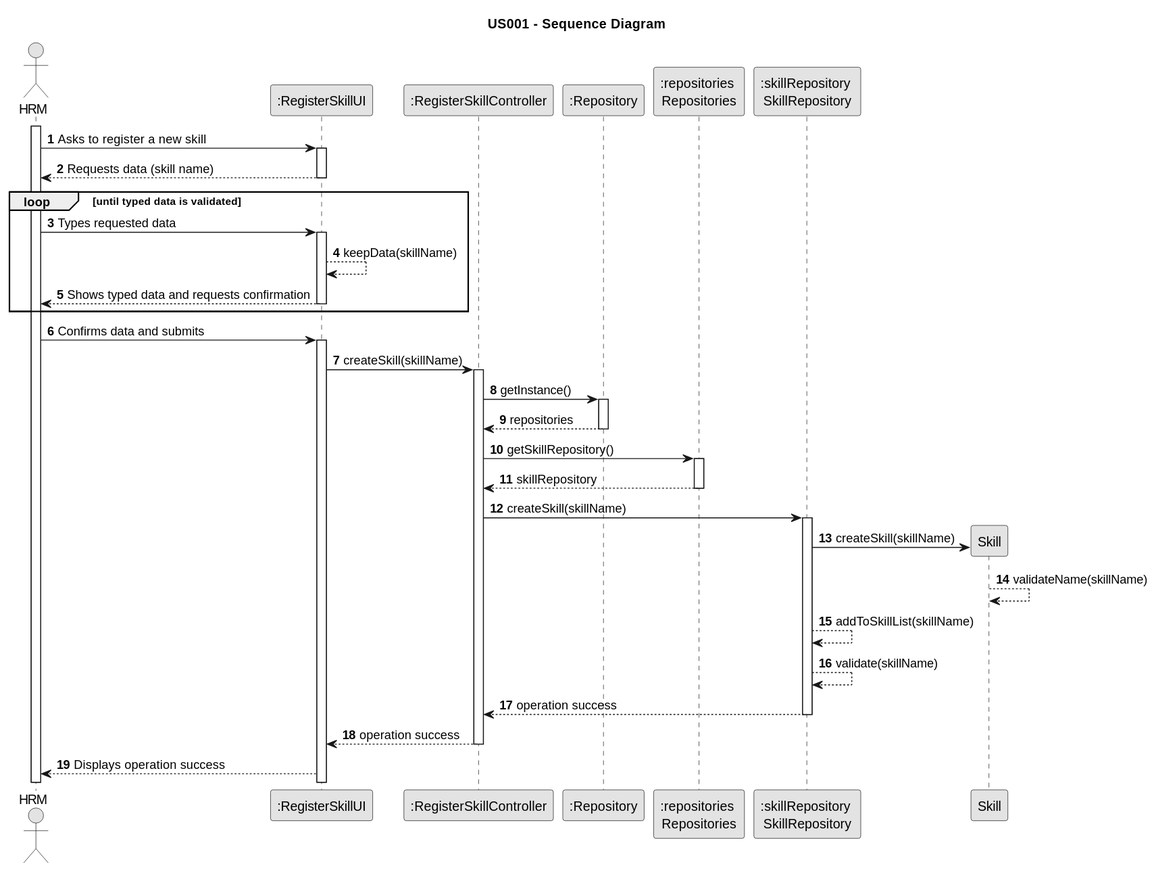
Above: docs/sprintB/us001/03.design/svg/us001-sequence-diagram.svg in Rui-San/LAPR2_2023_2024 (PlantUML), before the change.
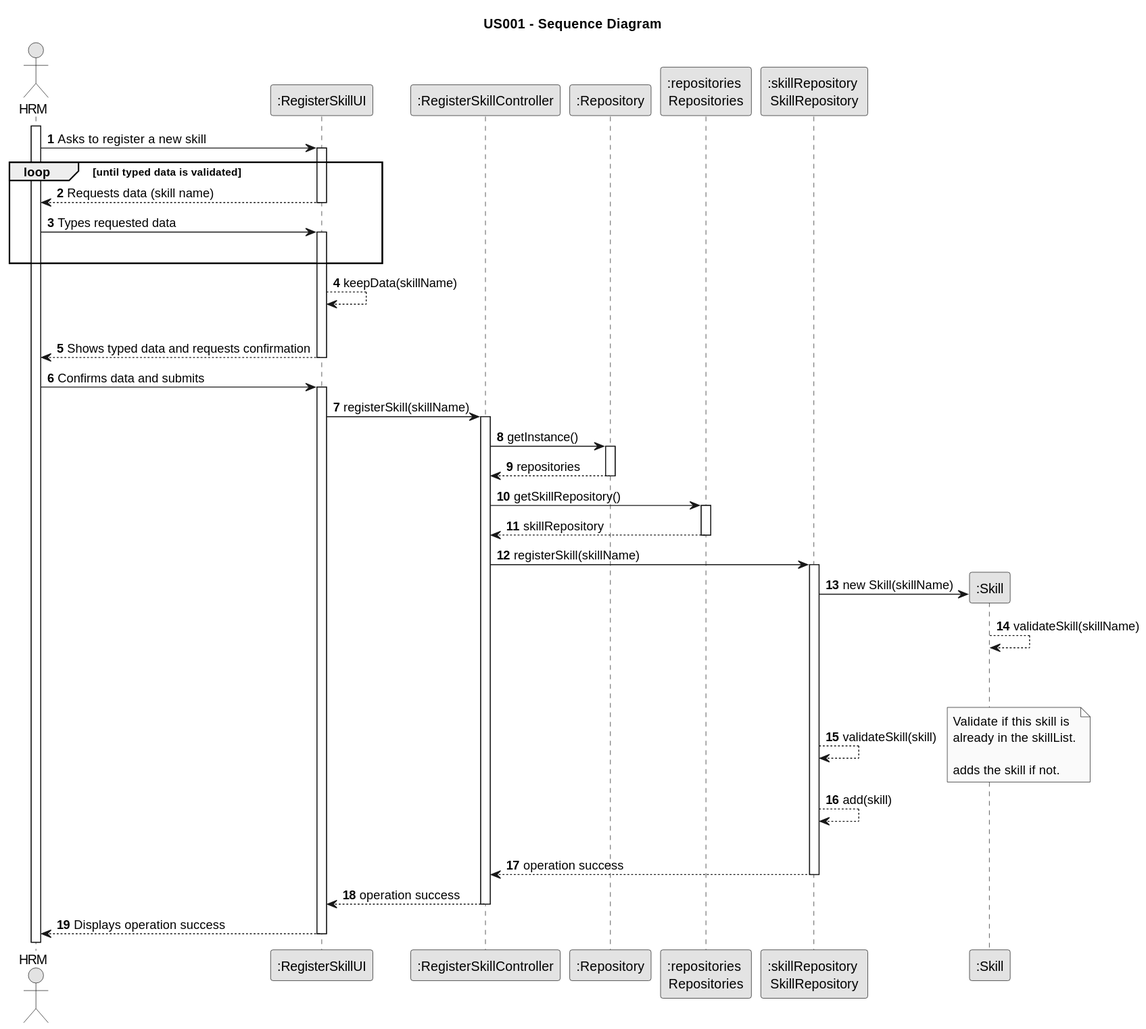
The same diagram one commit later.

The edit, as a diff of the source:
```diff
@@ -13,26 +13,31 @@
 participant ":Repository" as REP
 participant ":repositories \nRepositories" as REPS
 participant ":skillRepository \nSkillRepository" as SR
+participant ":Skill" as Skill
 
 activate Employee
 
     Employee -> System : Asks to register a new skill
     activate System
-
+loop until typed data is validated
         System --> Employee : Requests data (skill name)
     deactivate System
-    loop until typed data is validated
+
     Employee -> System : Types requested data
     activate System
+    |||
+    end
+
         System --> System : keepData(skillName)
+        |||
 
         System --> Employee : Shows typed data and requests confirmation
 
     deactivate System
-end
+
     Employee -> System : Confirms data and submits
     activate System
-        System -> RSC : createSkill(skillName)
+        System -> RSC : registerSkill(skillName)
         activate RSC
 
                 RSC -> REP : getInstance()
@@ -46,22 +51,38 @@
                 REPS --> RSC : skillRepository
                 deactivate REPS
 
-                RSC -> SR : createSkill(skillName)
+                RSC -> SR : registerSkill(skillName)
                 activate SR
 
-                SR -> Skill** : createSkill(skillName)
-                Skill --> Skill : validateName(skillName)
+                SR -> Skill** : new Skill(skillName)
+                Skill --> Skill : validateSkill(skillName)
 
-                SR --> SR : addToSkillList(skillName)
-                SR --> SR : validate(skillName)
+                |||
+                |||
+
+
+                SR --> SR : validateSkill(skill)
+
+
+
+note right
+Validate if this skill is
+already in the skillList.
+
+adds the skill if not.
+end note
+
+                SR --> SR : add(skill)
+                |||
+
                 SR --> RSC : operation success
                 deactivate SR
 
+            RSC --> System : operation success
 
-            RSC --> System : operation success
 
         deactivate RSC
 
-
         System --> Employee : Displays operation success
+        deactivate System
 @enduml
```
